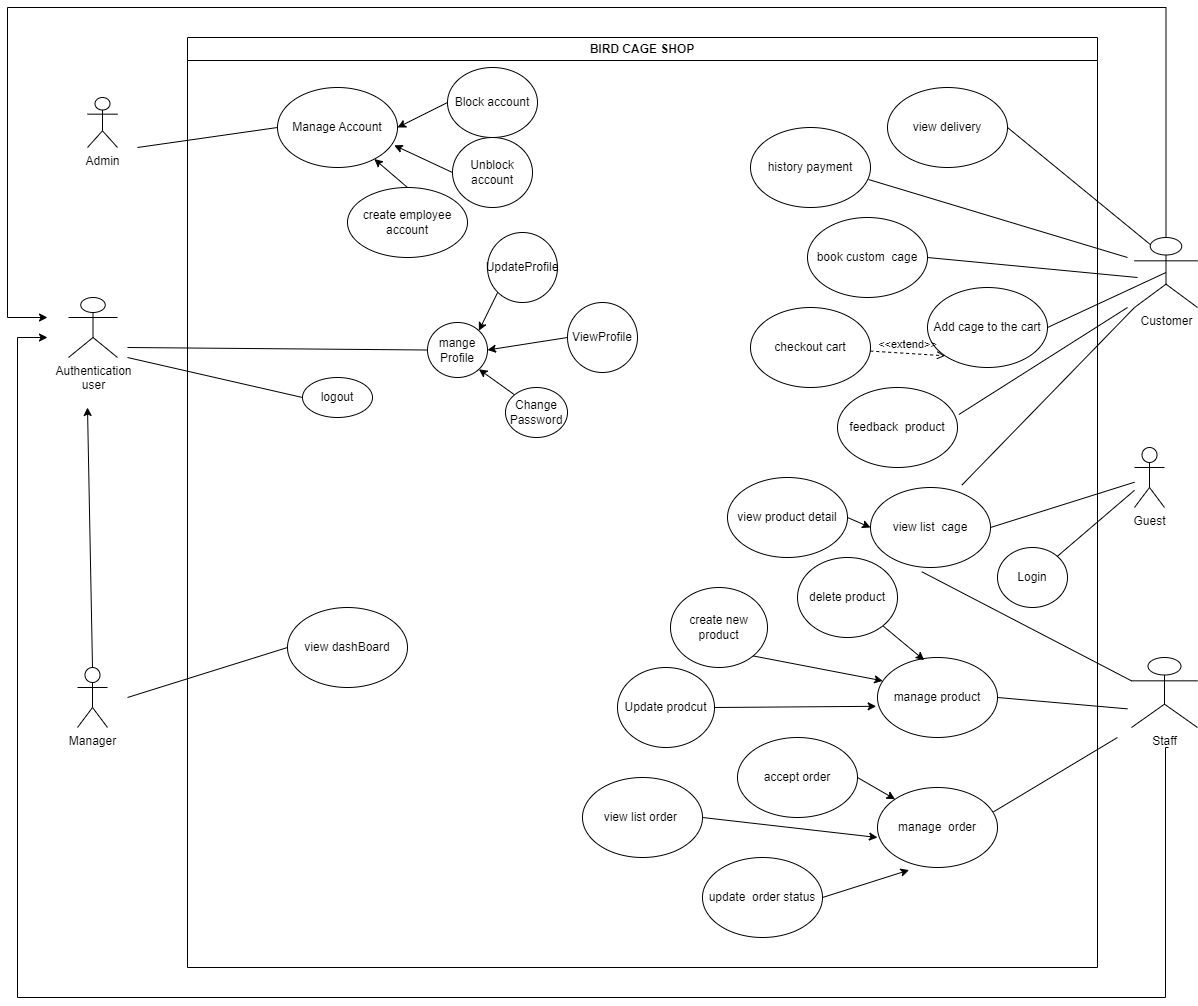
Before: swp.drawio.png, a diagram exported from draw.io (dangkhoadoiqwe/shopping_bird_cate). Source tidied: cells renumbered, new cells last; positions are measured from the earlier drawing's top-left corner, leaving out a move shared by most shapes.
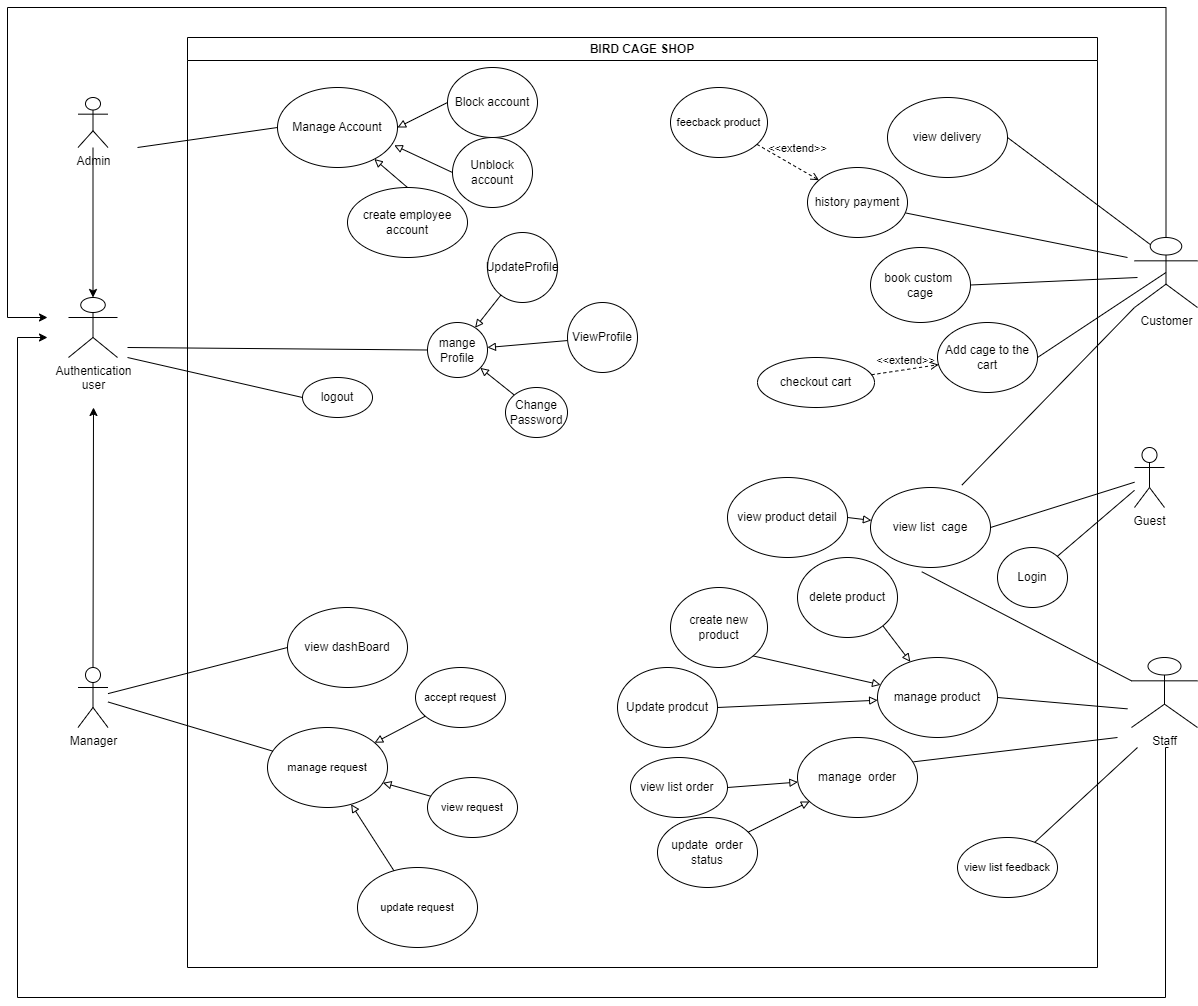
Above is the later version.

Change to the diagram source:
```diff
@@ -3,15 +3,18 @@
     <mxCell id="0" />
     <mxCell id="1" parent="0" />
     <mxCell id="2" value="Admin" style="shape=umlActor;verticalLabelPosition=bottom;verticalAlign=top;html=1;outlineConnect=0;" parent="1" vertex="1">
-      <mxGeometry x="80" y="90" width="30" height="50" as="geometry" />
+      <mxGeometry x="70.5" y="90" width="30" height="50" as="geometry" />
     </mxCell>
     <mxCell id="3" style="rounded=0;jettySize=auto;html=1;exitX=0.5;exitY=0;exitDx=0;exitDy=0;exitPerimeter=0;" parent="1" edge="1" source="4">
       <mxGeometry relative="1" as="geometry">
-        <mxPoint x="80" y="400" as="targetPoint" />
+        <mxPoint x="86" y="400" as="targetPoint" />
       </mxGeometry>
     </mxCell>
+    <mxCell id="68" style="edgeStyle=none;shape=connector;rounded=0;jettySize=auto;html=1;labelBackgroundColor=default;strokeColor=default;fontFamily=Helvetica;fontSize=11;fontColor=default;endArrow=none;endFill=0;" parent="1" edge="1" source="4" target="69">
+      <mxGeometry relative="1" as="geometry" />
+    </mxCell>
     <mxCell id="4" value="Manager" style="shape=umlActor;verticalLabelPosition=bottom;verticalAlign=top;html=1;outlineConnect=0;" parent="1" vertex="1">
-      <mxGeometry x="70" y="660" width="30" height="60" as="geometry" />
+      <mxGeometry x="70.5" y="660" width="30" height="60" as="geometry" />
     </mxCell>
     <mxCell id="5" style="edgeStyle=orthogonalEdgeStyle;rounded=0;jettySize=auto;html=1;exitX=0.5;exitY=0;exitDx=0;exitDy=0;exitPerimeter=0;" parent="1" edge="1" source="6">
       <mxGeometry relative="1" as="geometry">
@@ -32,7 +35,7 @@
     <mxCell id="8" value="logout" style="ellipse;whiteSpace=wrap;html=1;" parent="7" vertex="1">
       <mxGeometry x="115" y="340" width="70" height="40" as="geometry" />
     </mxCell>
-    <mxCell id="9" style="rounded=0;jettySize=auto;html=1;exitX=0;exitY=0;exitDx=0;exitDy=0;entryX=1;entryY=1;entryDx=0;entryDy=0;" parent="7" edge="1" source="10" target="11">
+    <mxCell id="9" style="edgeStyle=none;shape=connector;rounded=0;jettySize=auto;html=1;labelBackgroundColor=default;strokeColor=default;fontFamily=Helvetica;fontSize=11;fontColor=default;endArrow=block;endFill=0;" parent="7" edge="1" source="10" target="11">
       <mxGeometry relative="1" as="geometry" />
     </mxCell>
     <mxCell id="10" value="Change&lt;br&gt;Password" style="ellipse;whiteSpace=wrap;html=1;" parent="7" vertex="1">
@@ -41,13 +44,13 @@
     <mxCell id="11" value="mange Profile&lt;br&gt;" style="ellipse;whiteSpace=wrap;html=1;" parent="7" vertex="1">
       <mxGeometry x="240" y="285" width="60" height="55" as="geometry" />
     </mxCell>
-    <mxCell id="12" style="rounded=0;jettySize=auto;html=1;exitX=0;exitY=0.5;exitDx=0;exitDy=0;entryX=1;entryY=0.5;entryDx=0;entryDy=0;" parent="7" edge="1" source="13" target="11">
+    <mxCell id="12" style="edgeStyle=none;shape=connector;rounded=0;jettySize=auto;html=1;labelBackgroundColor=default;strokeColor=default;fontFamily=Helvetica;fontSize=11;fontColor=default;endArrow=block;endFill=0;" parent="7" edge="1" source="13" target="11">
       <mxGeometry relative="1" as="geometry" />
     </mxCell>
     <mxCell id="13" value="ViewProfile" style="ellipse;whiteSpace=wrap;html=1;" parent="7" vertex="1">
       <mxGeometry x="380" y="265" width="70" height="70" as="geometry" />
     </mxCell>
-    <mxCell id="14" style="rounded=0;jettySize=auto;html=1;exitX=0;exitY=1;exitDx=0;exitDy=0;entryX=1;entryY=0;entryDx=0;entryDy=0;" parent="7" edge="1" source="15" target="11">
+    <mxCell id="14" style="edgeStyle=none;shape=connector;rounded=0;jettySize=auto;html=1;labelBackgroundColor=default;strokeColor=default;fontFamily=Helvetica;fontSize=11;fontColor=default;endArrow=block;endFill=0;" parent="7" edge="1" source="15" target="11">
       <mxGeometry relative="1" as="geometry" />
     </mxCell>
     <mxCell id="15" value="UpdateProfile&lt;br&gt;" style="ellipse;whiteSpace=wrap;html=1;" parent="7" vertex="1">
@@ -61,19 +64,19 @@
     <mxCell id="17" value="Manage Account" style="ellipse;whiteSpace=wrap;html=1;" parent="7" vertex="1">
       <mxGeometry x="90" y="50" width="120" height="80" as="geometry" />
     </mxCell>
-    <mxCell id="18" style="rounded=0;jettySize=auto;html=1;exitX=0;exitY=0.5;exitDx=0;exitDy=0;entryX=1;entryY=0.5;entryDx=0;entryDy=0;" parent="7" edge="1" source="19" target="17">
+    <mxCell id="18" style="rounded=0;jettySize=auto;html=1;exitX=0;exitY=0.5;exitDx=0;exitDy=0;entryX=1;entryY=0.5;entryDx=0;entryDy=0;endArrow=block;endFill=0;" parent="7" edge="1" source="19" target="17">
       <mxGeometry relative="1" as="geometry" />
     </mxCell>
     <mxCell id="19" value="Block account" style="ellipse;whiteSpace=wrap;html=1;" parent="7" vertex="1">
       <mxGeometry x="260" y="30" width="90" height="70" as="geometry" />
     </mxCell>
-    <mxCell id="20" style="rounded=0;jettySize=auto;html=1;exitX=0;exitY=0.5;exitDx=0;exitDy=0;entryX=0.973;entryY=0.723;entryDx=0;entryDy=0;entryPerimeter=0;" parent="7" edge="1" source="21" target="17">
+    <mxCell id="20" style="rounded=0;jettySize=auto;html=1;exitX=0;exitY=0.5;exitDx=0;exitDy=0;entryX=0.973;entryY=0.723;entryDx=0;entryDy=0;entryPerimeter=0;endArrow=block;endFill=0;" parent="7" edge="1" source="21" target="17">
       <mxGeometry relative="1" as="geometry" />
     </mxCell>
     <mxCell id="21" value="Unblock account" style="ellipse;whiteSpace=wrap;html=1;" parent="7" vertex="1">
       <mxGeometry x="265" y="100" width="80" height="70" as="geometry" />
     </mxCell>
-    <mxCell id="22" style="rounded=0;jettySize=auto;html=1;exitX=0.5;exitY=0;exitDx=0;exitDy=0;" parent="7" edge="1" source="23" target="17">
+    <mxCell id="22" style="rounded=0;jettySize=auto;html=1;exitX=0.5;exitY=0;exitDx=0;exitDy=0;endArrow=block;endFill=0;" parent="7" edge="1" source="23" target="17">
       <mxGeometry relative="1" as="geometry" />
     </mxCell>
     <mxCell id="23" value="create employee account" style="ellipse;whiteSpace=wrap;html=1;" parent="7" vertex="1">
@@ -86,77 +89,98 @@
       <mxGeometry x="683" y="450" width="120" height="80" as="geometry" />
     </mxCell>
     <mxCell id="26" value="Add cage to the cart" style="ellipse;whiteSpace=wrap;html=1;" parent="7" vertex="1">
-      <mxGeometry x="740" y="250" width="120" height="80" as="geometry" />
+      <mxGeometry x="750" y="285" width="100" height="70" as="geometry" />
     </mxCell>
     <mxCell id="27" value="checkout cart" style="ellipse;whiteSpace=wrap;html=1;" parent="7" vertex="1">
-      <mxGeometry x="563" y="270" width="120" height="80" as="geometry" />
+      <mxGeometry x="570" y="320" width="117" height="50" as="geometry" />
     </mxCell>
-    <mxCell id="28" value="&amp;lt;&amp;lt;extend&amp;gt;&amp;gt;" style="html=1;verticalAlign=bottom;labelBackgroundColor=none;endArrow=open;endFill=0;dashed=1;rounded=0;entryX=0;entryY=1;entryDx=0;entryDy=0;" parent="7" edge="1" source="27" target="26">
+    <mxCell id="28" value="&amp;lt;&amp;lt;extend&amp;gt;&amp;gt;" style="html=1;verticalAlign=bottom;labelBackgroundColor=none;endArrow=open;endFill=0;dashed=1;rounded=0;" parent="7" edge="1" source="27" target="26">
       <mxGeometry relative="1" as="geometry" />
     </mxCell>
     <mxCell id="29" value="history payment" style="ellipse;whiteSpace=wrap;html=1;" parent="7" vertex="1">
-      <mxGeometry x="563" y="90" width="120" height="80" as="geometry" />
+      <mxGeometry x="620" y="130" width="100" height="70" as="geometry" />
     </mxCell>
     <mxCell id="30" value="book custom&amp;nbsp; cage" style="ellipse;whiteSpace=wrap;html=1;" parent="7" vertex="1">
-      <mxGeometry x="620" y="180" width="120" height="80" as="geometry" />
+      <mxGeometry x="683" y="210" width="100" height="75" as="geometry" />
     </mxCell>
     <mxCell id="31" value="view&amp;nbsp;delivery" style="ellipse;whiteSpace=wrap;html=1;" parent="7" vertex="1">
-      <mxGeometry x="700" y="50" width="120" height="80" as="geometry" />
+      <mxGeometry x="700" y="60" width="120" height="80" as="geometry" />
     </mxCell>
     <mxCell id="32" value="manage&amp;nbsp; order" style="ellipse;whiteSpace=wrap;html=1;" parent="7" vertex="1">
-      <mxGeometry x="690" y="750" width="120" height="80" as="geometry" />
+      <mxGeometry x="610" y="700" width="120" height="80" as="geometry" />
     </mxCell>
-    <mxCell id="33" value="feedback&amp;nbsp; product" style="ellipse;whiteSpace=wrap;html=1;" parent="7" vertex="1">
-      <mxGeometry x="650" y="350" width="120" height="80" as="geometry" />
-    </mxCell>
     <mxCell id="34" value="manage product" style="ellipse;whiteSpace=wrap;html=1;" parent="7" vertex="1">
       <mxGeometry x="690" y="620" width="120" height="80" as="geometry" />
     </mxCell>
-    <mxCell id="35" style="rounded=0;jettySize=auto;html=1;exitX=1;exitY=1;exitDx=0;exitDy=0;entryX=0.044;entryY=0.292;entryDx=0;entryDy=0;entryPerimeter=0;" parent="7" edge="1" source="36" target="34">
+    <mxCell id="35" style="edgeStyle=none;shape=connector;rounded=0;jettySize=auto;html=1;exitX=1;exitY=1;exitDx=0;exitDy=0;labelBackgroundColor=default;strokeColor=default;fontFamily=Helvetica;fontSize=11;fontColor=default;endArrow=block;endFill=0;" parent="7" edge="1" source="36" target="34">
       <mxGeometry relative="1" as="geometry" />
     </mxCell>
     <mxCell id="36" value="create new product" style="ellipse;whiteSpace=wrap;html=1;" parent="7" vertex="1">
       <mxGeometry x="483" y="550" width="97" height="80" as="geometry" />
     </mxCell>
-    <mxCell id="37" style="rounded=0;jettySize=auto;html=1;exitX=1;exitY=0.5;exitDx=0;exitDy=0;entryX=-0.011;entryY=0.61;entryDx=0;entryDy=0;entryPerimeter=0;" parent="7" edge="1" source="38" target="34">
+    <mxCell id="37" style="edgeStyle=none;shape=connector;rounded=0;jettySize=auto;html=1;exitX=1;exitY=0.5;exitDx=0;exitDy=0;labelBackgroundColor=default;strokeColor=default;fontFamily=Helvetica;fontSize=11;fontColor=default;endArrow=block;endFill=0;" parent="7" edge="1" source="38" target="34">
       <mxGeometry relative="1" as="geometry" />
     </mxCell>
     <mxCell id="38" value="Update prodcut" style="ellipse;whiteSpace=wrap;html=1;" parent="7" vertex="1">
-      <mxGeometry x="430" y="630" width="97" height="80" as="geometry" />
+      <mxGeometry x="430" y="630" width="100" height="80" as="geometry" />
     </mxCell>
-    <mxCell id="39" style="rounded=0;jettySize=auto;html=1;exitX=1;exitY=1;exitDx=0;exitDy=0;entryX=0.389;entryY=0.033;entryDx=0;entryDy=0;entryPerimeter=0;" parent="7" edge="1" source="40" target="34">
+    <mxCell id="39" style="edgeStyle=none;shape=connector;rounded=0;jettySize=auto;html=1;exitX=1;exitY=1;exitDx=0;exitDy=0;labelBackgroundColor=default;strokeColor=default;fontFamily=Helvetica;fontSize=11;fontColor=default;endArrow=block;endFill=0;" parent="7" edge="1" source="40" target="34">
       <mxGeometry relative="1" as="geometry" />
     </mxCell>
     <mxCell id="40" value="delete product" style="ellipse;whiteSpace=wrap;html=1;" parent="7" vertex="1">
       <mxGeometry x="610" y="520" width="100" height="80" as="geometry" />
     </mxCell>
-    <mxCell id="41" style="rounded=0;jettySize=auto;html=1;exitX=1;exitY=0.5;exitDx=0;exitDy=0;entryX=0;entryY=0.5;entryDx=0;entryDy=0;" parent="7" edge="1" source="42" target="25">
+    <mxCell id="41" style="edgeStyle=none;shape=connector;rounded=0;jettySize=auto;html=1;exitX=1;exitY=0.5;exitDx=0;exitDy=0;labelBackgroundColor=default;strokeColor=default;fontFamily=Helvetica;fontSize=11;fontColor=default;endArrow=block;endFill=0;" parent="7" edge="1" source="42" target="25">
       <mxGeometry relative="1" as="geometry" />
     </mxCell>
     <mxCell id="42" value="view product detail" style="ellipse;whiteSpace=wrap;html=1;" parent="7" vertex="1">
       <mxGeometry x="540" y="440" width="120" height="80" as="geometry" />
     </mxCell>
-    <mxCell id="43" style="rounded=0;jettySize=auto;html=1;exitX=1;exitY=0.5;exitDx=0;exitDy=0;entryX=0;entryY=0;entryDx=0;entryDy=0;" parent="7" edge="1" source="44" target="32">
-      <mxGeometry relative="1" as="geometry" />
-    </mxCell>
-    <mxCell id="44" value="accept order" style="ellipse;whiteSpace=wrap;html=1;" parent="7" vertex="1">
-      <mxGeometry x="550" y="700" width="120" height="80" as="geometry" />
-    </mxCell>
-    <mxCell id="45" style="rounded=0;jettySize=auto;html=1;exitX=1;exitY=0.5;exitDx=0;exitDy=0;entryX=0;entryY=0.625;entryDx=0;entryDy=0;entryPerimeter=0;" parent="7" edge="1" source="46" target="32">
+    <mxCell id="45" style="edgeStyle=none;shape=connector;rounded=0;jettySize=auto;html=1;exitX=1;exitY=0.5;exitDx=0;exitDy=0;labelBackgroundColor=default;strokeColor=default;fontFamily=Helvetica;fontSize=11;fontColor=default;endArrow=block;endFill=0;" parent="7" edge="1" source="46" target="32">
       <mxGeometry relative="1" as="geometry" />
     </mxCell>
     <mxCell id="46" value="view list order&amp;nbsp;" style="ellipse;whiteSpace=wrap;html=1;" parent="7" vertex="1">
-      <mxGeometry x="395" y="740" width="120" height="80" as="geometry" />
+      <mxGeometry x="443" y="720" width="97" height="60" as="geometry" />
     </mxCell>
-    <mxCell id="47" style="rounded=0;jettySize=auto;html=1;exitX=1;exitY=0.5;exitDx=0;exitDy=0;entryX=0.263;entryY=1.032;entryDx=0;entryDy=0;entryPerimeter=0;" parent="7" edge="1" source="48" target="32">
+    <mxCell id="47" style="edgeStyle=none;shape=connector;rounded=0;jettySize=auto;html=1;labelBackgroundColor=default;strokeColor=default;fontFamily=Helvetica;fontSize=11;fontColor=default;endArrow=block;endFill=0;" parent="7" edge="1" source="48" target="32">
       <mxGeometry relative="1" as="geometry" />
     </mxCell>
     <mxCell id="48" value="update&amp;nbsp; order status" style="ellipse;whiteSpace=wrap;html=1;" parent="7" vertex="1">
-      <mxGeometry x="515" y="820" width="120" height="80" as="geometry" />
+      <mxGeometry x="470" y="780" width="100" height="70" as="geometry" />
     </mxCell>
     <mxCell id="49" value="Login" style="ellipse;whiteSpace=wrap;html=1;" parent="7" vertex="1">
       <mxGeometry x="810" y="510" width="70" height="60" as="geometry" />
     </mxCell>
+    <mxCell id="69" value="manage request" style="ellipse;whiteSpace=wrap;html=1;fontFamily=Helvetica;fontSize=11;fontColor=default;" parent="7" vertex="1">
+      <mxGeometry x="80" y="690" width="120" height="80" as="geometry" />
+    </mxCell>
+    <mxCell id="70" style="edgeStyle=none;shape=connector;rounded=0;jettySize=auto;html=1;labelBackgroundColor=default;strokeColor=default;fontFamily=Helvetica;fontSize=11;fontColor=default;endArrow=block;endFill=0;" parent="7" edge="1" source="71" target="69">
+      <mxGeometry relative="1" as="geometry" />
+    </mxCell>
+    <mxCell id="71" value="accept request" style="ellipse;whiteSpace=wrap;html=1;fontFamily=Helvetica;fontSize=11;fontColor=default;" parent="7" vertex="1">
+      <mxGeometry x="228" y="630" width="90" height="60" as="geometry" />
+    </mxCell>
+    <mxCell id="72" style="edgeStyle=none;shape=connector;rounded=0;jettySize=auto;html=1;labelBackgroundColor=default;strokeColor=default;fontFamily=Helvetica;fontSize=11;fontColor=default;endArrow=block;endFill=0;" parent="7" edge="1" source="73" target="69">
+      <mxGeometry relative="1" as="geometry" />
+    </mxCell>
+    <mxCell id="73" value="view request" style="ellipse;whiteSpace=wrap;html=1;fontFamily=Helvetica;fontSize=11;fontColor=default;" parent="7" vertex="1">
+      <mxGeometry x="240" y="740" width="90" height="60" as="geometry" />
+    </mxCell>
+    <mxCell id="74" value="update request" style="ellipse;whiteSpace=wrap;html=1;fontFamily=Helvetica;fontSize=11;fontColor=default;" parent="7" vertex="1">
+      <mxGeometry x="170" y="830" width="120" height="80" as="geometry" />
+    </mxCell>
+    <mxCell id="75" style="edgeStyle=none;shape=connector;rounded=0;jettySize=auto;html=1;labelBackgroundColor=default;strokeColor=default;fontFamily=Helvetica;fontSize=11;fontColor=default;endArrow=block;endFill=0;" parent="7" edge="1" source="74" target="69">
+      <mxGeometry relative="1" as="geometry" />
+    </mxCell>
+    <mxCell id="76" value="view list feedback" style="ellipse;whiteSpace=wrap;html=1;fontFamily=Helvetica;fontSize=11;fontColor=default;" parent="7" vertex="1">
+      <mxGeometry x="770" y="800" width="100" height="60" as="geometry" />
+    </mxCell>
+    <mxCell id="77" value="feecback product" style="ellipse;whiteSpace=wrap;html=1;fontFamily=Helvetica;fontSize=11;fontColor=default;" parent="7" vertex="1">
+      <mxGeometry x="483" y="50" width="97" height="70" as="geometry" />
+    </mxCell>
+    <mxCell id="78" value="&amp;lt;&amp;lt;extend&amp;gt;&amp;gt;" style="html=1;verticalAlign=bottom;labelBackgroundColor=none;endArrow=open;endFill=0;dashed=1;rounded=0;strokeColor=default;fontFamily=Helvetica;fontSize=11;fontColor=default;shape=connector;" parent="7" edge="1" source="77" target="29">
+      <mxGeometry x="0.16" y="9" relative="1" as="geometry" />
+    </mxCell>
     <mxCell id="50" style="edgeStyle=orthogonalEdgeStyle;rounded=0;orthogonalLoop=1;jettySize=auto;html=1;exitX=1;exitY=1;exitDx=0;exitDy=0;exitPerimeter=0;" parent="1" edge="1">
       <mxGeometry relative="1" as="geometry">
         <mxPoint x="1161" y="740" as="sourcePoint" />
@@ -197,15 +221,8 @@
     <mxCell id="58" style="endArrow=none;html=1;rounded=0;entryX=0.25;entryY=0.1;entryDx=0;entryDy=0;entryPerimeter=0;exitX=1;exitY=0.5;exitDx=0;exitDy=0;" parent="1" edge="1" source="31" target="6">
       <mxGeometry relative="1" as="geometry" />
     </mxCell>
-    <mxCell id="59" style="endArrow=none;html=1;rounded=0;entryX=1.011;entryY=0.338;entryDx=0;entryDy=0;entryPerimeter=0;" parent="1" edge="1" target="33">
-      <mxGeometry relative="1" as="geometry">
-        <mxPoint x="1120" y="300" as="sourcePoint" />
-      </mxGeometry>
-    </mxCell>
-    <mxCell id="60" style="endArrow=none;html=1;rounded=0;entryX=0;entryY=0.5;entryDx=0;entryDy=0;" parent="1" edge="1" target="24">
-      <mxGeometry relative="1" as="geometry">
-        <mxPoint x="120" y="690" as="sourcePoint" />
-      </mxGeometry>
+    <mxCell id="60" style="endArrow=none;html=1;rounded=0;entryX=0;entryY=0.5;entryDx=0;entryDy=0;" parent="1" edge="1" source="4" target="24">
+      <mxGeometry relative="1" as="geometry" />
     </mxCell>
     <mxCell id="61" style="endArrow=none;html=1;rounded=0;exitX=1;exitY=0.5;exitDx=0;exitDy=0;" parent="1" edge="1" source="34">
       <mxGeometry relative="1" as="geometry">
@@ -236,5 +253,13 @@
     <mxCell id="67" style="endArrow=none;html=1;rounded=0;" parent="1" edge="1" source="49" target="52">
       <mxGeometry relative="1" as="geometry" />
     </mxCell>
+    <mxCell id="79" style="endArrow=classic;html=1;rounded=0;" parent="1" edge="1" source="2" target="51">
+      <mxGeometry relative="1" as="geometry" />
+    </mxCell>
+    <mxCell id="80" style="endArrow=none;html=1;rounded=0;labelBackgroundColor=default;strokeColor=default;fontFamily=Helvetica;fontSize=11;fontColor=default;shape=connector;" parent="1" edge="1" source="76">
+      <mxGeometry relative="1" as="geometry">
+        <mxPoint x="1130" y="740" as="targetPoint" />
+      </mxGeometry>
+    </mxCell>
   </root>
 </mxGraphModel>
```
